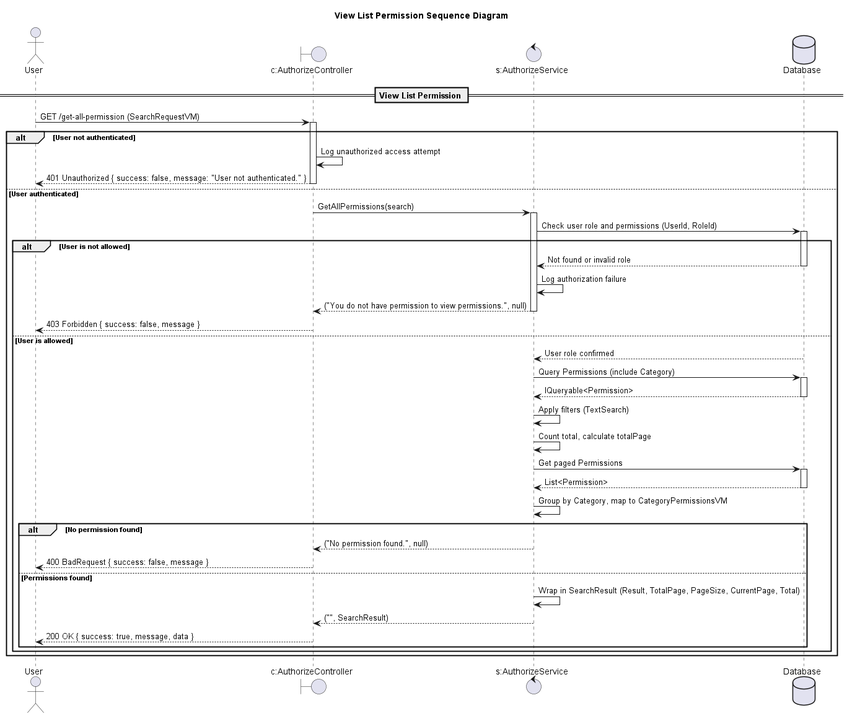
This is design/out/viewlistpermissionsequencediagram/viewlistpermissionsequencediagram.png from conghoan1211/AI-Kiosk-Testing-system, a PlantUML export, as it was before one commit.
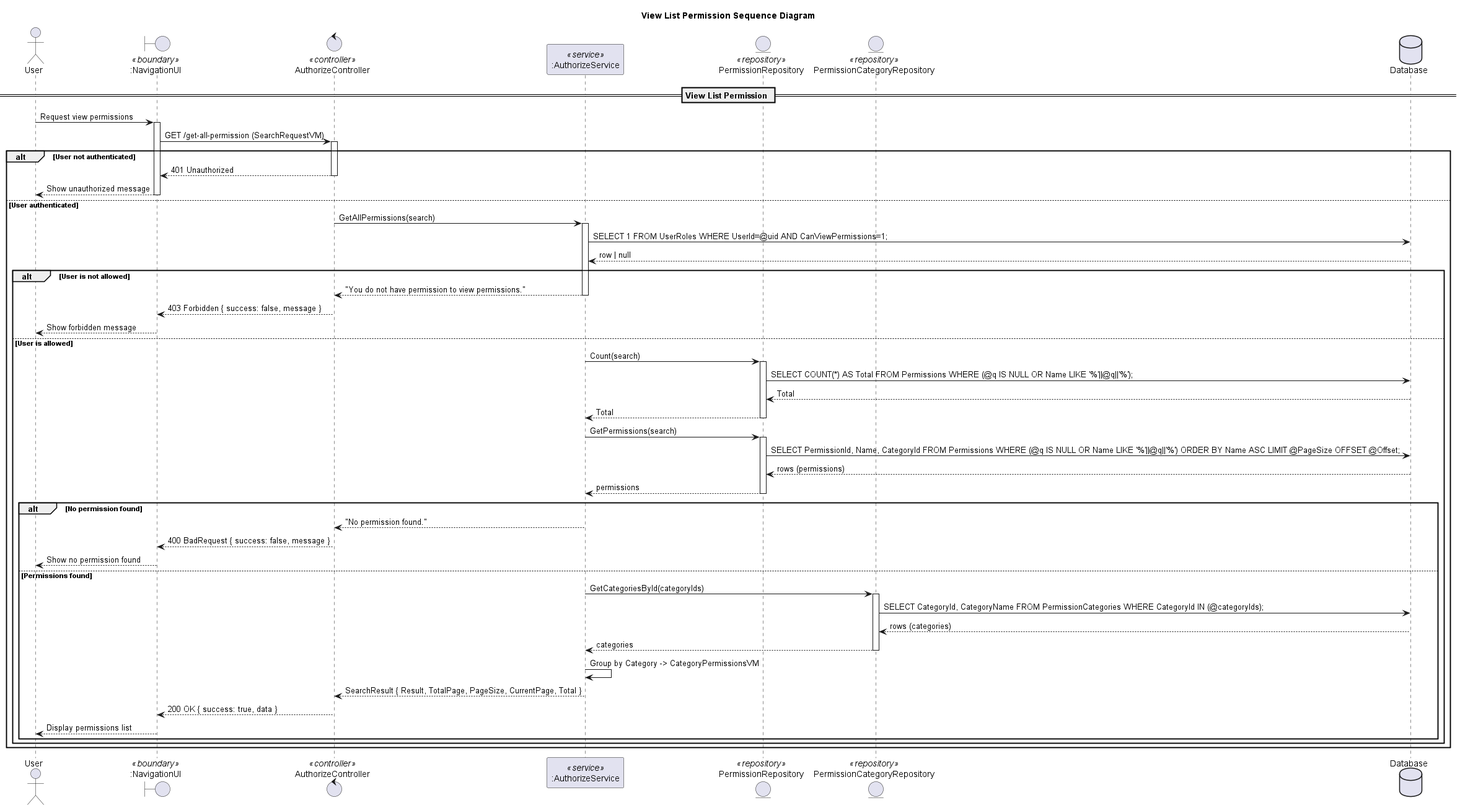
The same file after the commit.

What changed in the source:
```diff
@@ -1,63 +1,80 @@
 @startuml
-
 title View List Permission Sequence Diagram
 
 actor "User" as Client
-boundary "c:AuthorizeController" as Controller
-control "s:AuthorizeService" as Service
+boundary ":NavigationUI" as UI <<boundary>>
+control "AuthorizeController" as Controller <<controller>>
+participant ":AuthorizeService" as Service <<service>>
+
+entity "PermissionRepository" as PermissionRepo <<repository>>
+entity "PermissionCategoryRepository" as PermissionCategoryRepo <<repository>>
+
 database "Database" as DB
 
 == View List Permission ==
 
-Client -> Controller: GET /get-all-permission (SearchRequestVM)
+Client -> UI: Request view permissions
+activate UI
+UI -> Controller: GET /get-all-permission (SearchRequestVM)
 activate Controller
 
 alt User not authenticated
-    Controller -> Controller: Log unauthorized access attempt
-    Controller --> Client: 401 Unauthorized { success: false, message: "User not authenticated." }
+  Controller --> UI: 401 Unauthorized
+  deactivate Controller
+  UI --> Client: Show unauthorized message
+  deactivate UI
+else User authenticated
+  Controller -> Service: GetAllPermissions(search)
+  activate Service
+
+  Service -> DB: SELECT 1 FROM UserRoles WHERE UserId=@uid AND CanViewPermissions=1;
+  DB --> Service: row | null
+
+  alt User is not allowed
+    Service --> Controller: "You do not have permission to view permissions."
+    deactivate Service
+    Controller --> UI: 403 Forbidden { success: false, message }
     deactivate Controller
-else User authenticated
-    Controller -> Service: GetAllPermissions(search)
-    activate Service
+    UI --> Client: Show forbidden message
+    deactivate UI
+  else User is allowed
+    Service -> PermissionRepo: Count(search)
+    activate PermissionRepo
+    PermissionRepo -> DB: SELECT COUNT(*) AS Total FROM Permissions WHERE (@q IS NULL OR Name LIKE '%'||@q||'%');
+    DB --> PermissionRepo: Total
+    PermissionRepo --> Service: Total
+    deactivate PermissionRepo
 
-    Service -> DB: Check user role and permissions (UserId, RoleId)
-    activate DB
-    alt User is not allowed
-        DB --> Service: Not found or invalid role
-        deactivate DB
-        Service -> Service: Log authorization failure
-        Service --> Controller: ("You do not have permission to view permissions.", null)
-        deactivate Service
-        Controller --> Client: 403 Forbidden { success: false, message }
-        deactivate Controller
-    else User is allowed
-        DB --> Service: User role confirmed
-        deactivate DB
+    Service -> PermissionRepo: GetPermissions(search)
+    activate PermissionRepo
+    PermissionRepo -> DB: SELECT PermissionId, Name, CategoryId FROM Permissions WHERE (@q IS NULL OR Name LIKE '%'||@q||'%') ORDER BY Name ASC LIMIT @PageSize OFFSET @Offset;
+    DB --> PermissionRepo: rows (permissions)
+    PermissionRepo --> Service: permissions
+    deactivate PermissionRepo
 
-        Service -> DB: Query Permissions (include Category)
-        activate DB
-        DB --> Service: IQueryable<Permission>
-        deactivate DB
-        Service -> Service: Apply filters (TextSearch)
-        Service -> Service: Count total, calculate totalPage
-        Service -> DB: Get paged Permissions
-        activate DB
-        DB --> Service: List<Permission>
-        deactivate DB
-        Service -> Service: Group by Category, map to CategoryPermissionsVM
-        alt No permission found
-            Service --> Controller: ("No permission found.", null)
-            deactivate Service
-            Controller --> Client: 400 BadRequest { success: false, message }
-            deactivate Controller
-        else Permissions found
-            Service -> Service: Wrap in SearchResult (Result, TotalPage, PageSize, CurrentPage, Total)
-            Service --> Controller: ("", SearchResult)
-            deactivate Service
-            Controller --> Client: 200 OK { success: true, message, data }
-            deactivate Controller
-        end alt
+    alt No permission found
+      Service --> Controller: "No permission found."
+      deactivate Service
+      Controller --> UI: 400 BadRequest { success: false, message }
+      deactivate Controller
+      UI --> Client: Show no permission found
+      deactivate UI
+    else Permissions found
+      Service -> PermissionCategoryRepo: GetCategoriesById(categoryIds)
+      activate PermissionCategoryRepo
+      PermissionCategoryRepo -> DB: SELECT CategoryId, CategoryName FROM PermissionCategories WHERE CategoryId IN (@categoryIds);
+      DB --> PermissionCategoryRepo: rows (categories)
+      PermissionCategoryRepo --> Service: categories
+      deactivate PermissionCategoryRepo
+
+      Service -> Service: Group by Category -> CategoryPermissionsVM
+      Service --> Controller: SearchResult { Result, TotalPage, PageSize, CurrentPage, Total }
+      deactivate Service
+      Controller --> UI: 200 OK { success: true, data }
+      deactivate Controller
+      UI --> Client: Display permissions list
+      deactivate UI
     end alt
+  end alt
 end alt
-
 @enduml
```
